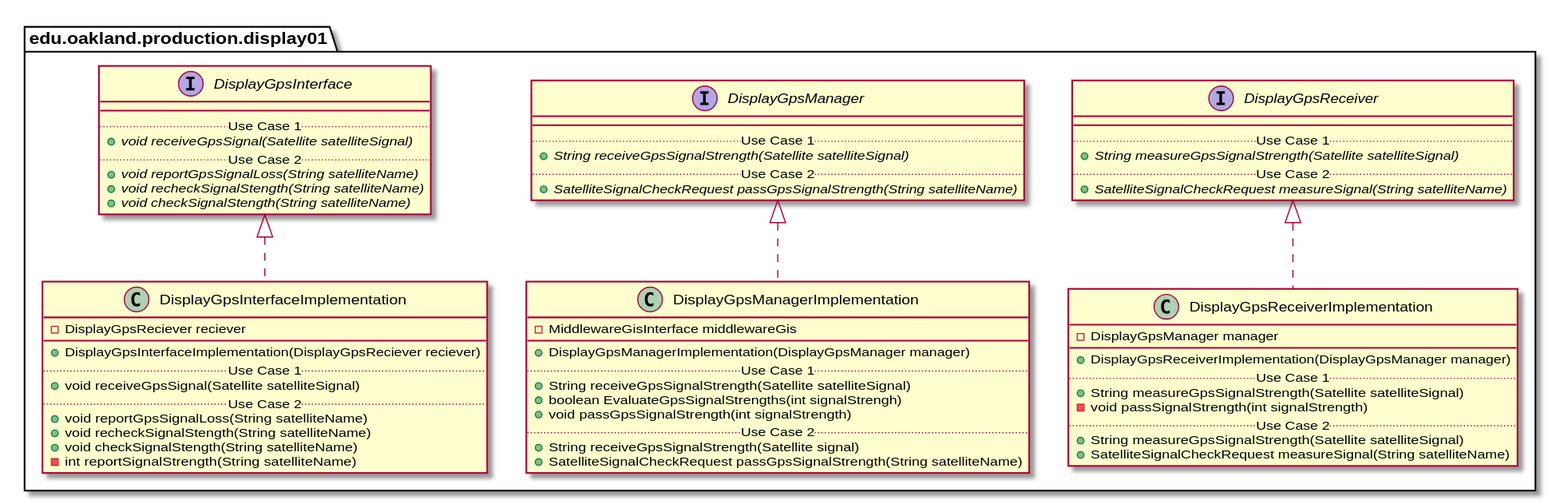
Earlier version of the PlantUML export docs/uml-class-diagrams/display01/production/Display01ProductionPackage_InternalDependencies.svg (andrewdimmer/csi-3370-software-project).
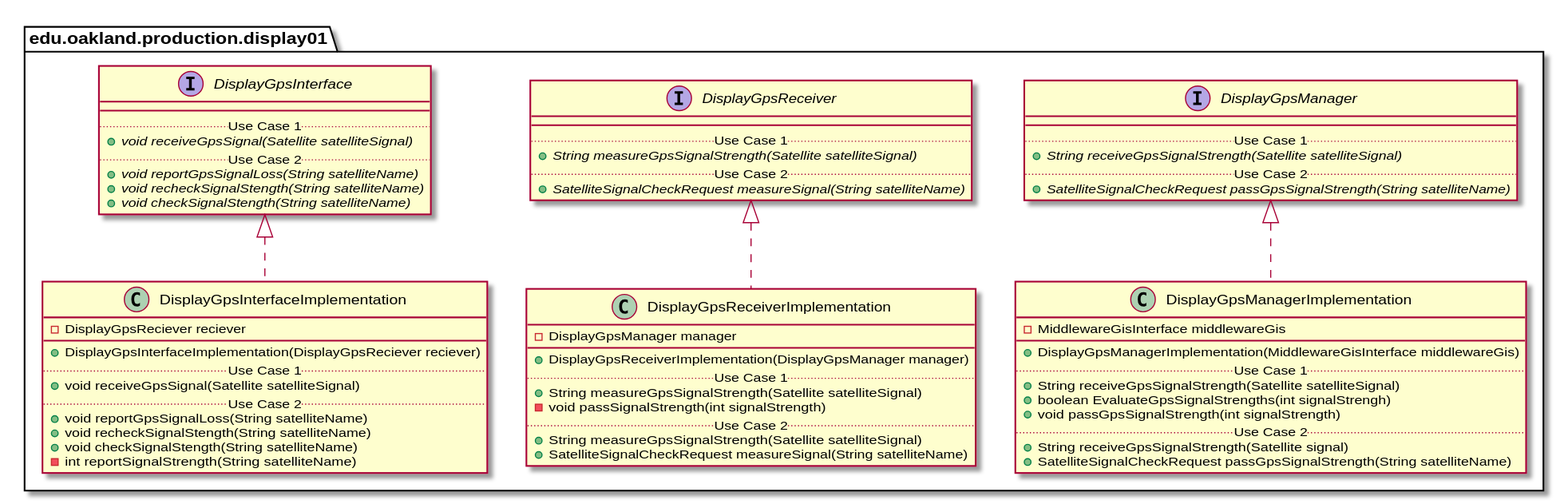
Later version of the same file.

What changed in the source:
```diff
@@ -19,23 +19,23 @@
 
 
 package edu.oakland.production.display01 {
+    interface DisplayGpsReceiver {
+        __
+        .. Use Case 1 ..
+        {abstract} + String measureGpsSignalStrength(Satellite satelliteSignal)
+        .. Use Case 2 ..
+        {abstract} + SatelliteSignalCheckRequest measureSignal(String satelliteName)
+    }
+}
+
+
+package edu.oakland.production.display01 {
     interface DisplayGpsManager {
         __
         .. Use Case 1 ..
         {abstract} + String receiveGpsSignalStrength(Satellite satelliteSignal)
         .. Use Case 2 ..
         {abstract} + SatelliteSignalCheckRequest passGpsSignalStrength(String satelliteName)
-    }
-}
-
-
-package edu.oakland.production.display01 {
-    interface DisplayGpsReceiver {
-        __
-        .. Use Case 1 ..
-        {abstract} + String measureGpsSignalStrength(Satellite satelliteSignal)
-        .. Use Case 2 ..
-        {abstract} + SatelliteSignalCheckRequest measureSignal(String satelliteName)
     }
 }
 
@@ -60,24 +60,6 @@
 DisplayGpsInterfaceImplementation .up.|> DisplayGpsInterface
 
 package edu.oakland.production.display01 {
-  class DisplayGpsManagerImplementation {
-    - MiddlewareGisInterface middlewareGis
-   __
-    + DisplayGpsManagerImplementation(DisplayGpsManager manager)
-    .. Use Case 1 ..
-    + String receiveGpsSignalStrength(Satellite satelliteSignal)
-    + boolean EvaluateGpsSignalStrengths(int signalStrengh)
-    + void passGpsSignalStrength(int signalStrength)
-    .. Use Case 2 ..
-    + String receiveGpsSignalStrength(Satellite signal)
-    + SatelliteSignalCheckRequest passGpsSignalStrength(String satelliteName)
-    }
-}
-
-
-DisplayGpsManagerImplementation .up.|> DisplayGpsManager
-
-package edu.oakland.production.display01 {
     class DisplayGpsReceiverImplementation {
         - DisplayGpsManager manager
         __
@@ -94,4 +76,22 @@
 
 DisplayGpsReceiverImplementation .up.|> DisplayGpsReceiver
 
+package edu.oakland.production.display01 {
+  class DisplayGpsManagerImplementation {
+    - MiddlewareGisInterface middlewareGis
+   __
+    + DisplayGpsManagerImplementation(MiddlewareGisInterface middlewareGis)
+    .. Use Case 1 ..
+    + String receiveGpsSignalStrength(Satellite satelliteSignal)
+    + boolean EvaluateGpsSignalStrengths(int signalStrengh)
+    + void passGpsSignalStrength(int signalStrength)
+    .. Use Case 2 ..
+    + String receiveGpsSignalStrength(Satellite signal)
+    + SatelliteSignalCheckRequest passGpsSignalStrength(String satelliteName)
+    }
+}
+
+
+DisplayGpsManagerImplementation .up.|> DisplayGpsManager
+
 @enduml
```
